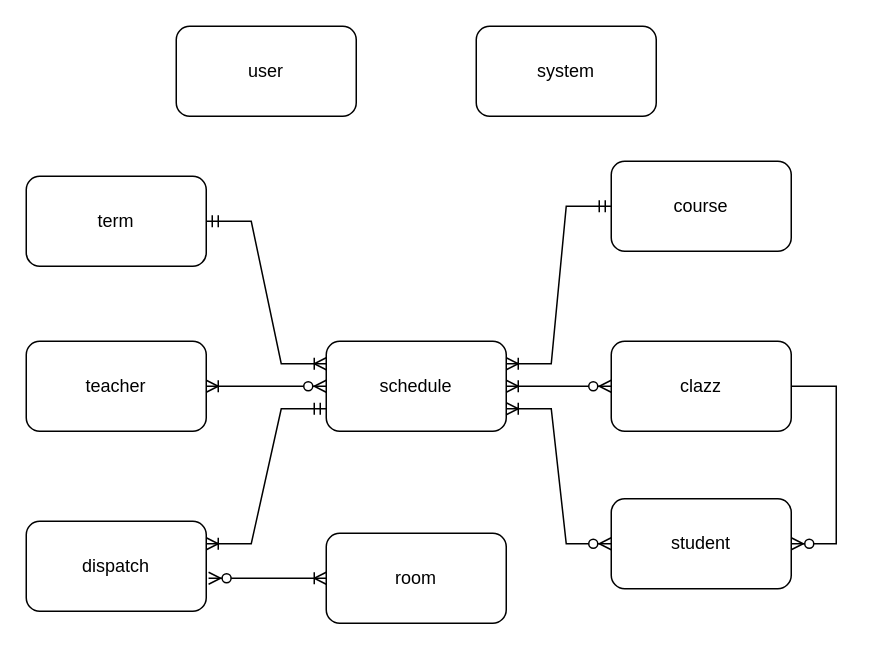
The draw.io diagram document/排课ER.drawio in yunzhiclub/schedule, before the edit. Source tidied: cells renumbered, new cells numbered last; positions are measured from the earlier drawing's top-left corner, leaving out a move shared by most shapes. Both pictures are drawn from the tidied source at 150%, with x=0, y=0 at pixel (26, 26).
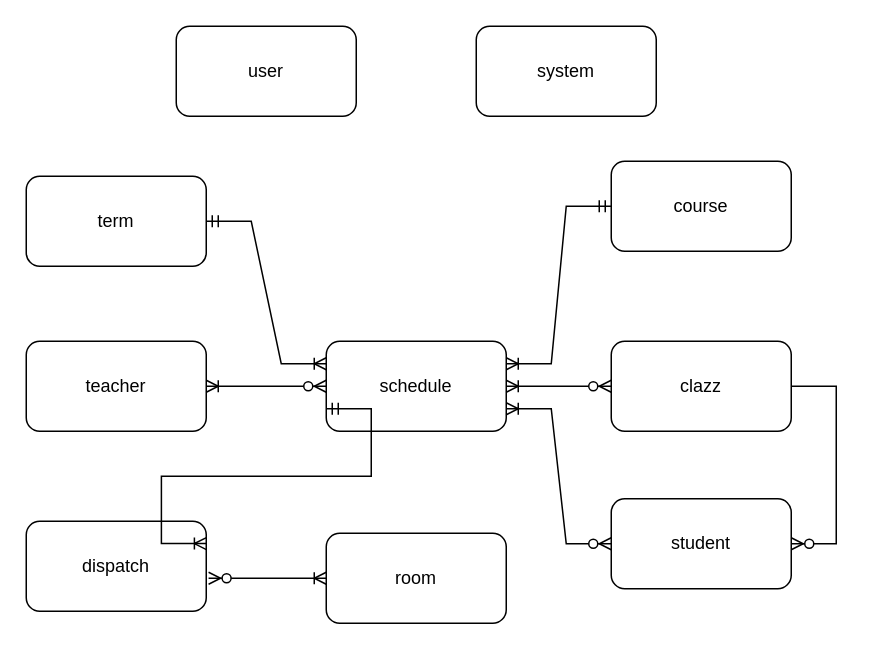
After the change.

The change refers to these unchanged cells:
```xml
<mxCell id="4" value="schedule" style="whiteSpace=wrap;html=1;rounded=1;" parent="1" vertex="1">
  <mxGeometry x="200" y="210" width="120" height="60" as="geometry" />
</mxCell>
<mxCell id="9" value="dispatch" style="whiteSpace=wrap;html=1;rounded=1;" parent="1" vertex="1">
  <mxGeometry y="330" width="120" height="60" as="geometry" />
</mxCell>
```

Diff of the diagram source:
```diff
@@
-    <mxCell id="15" style="edgeStyle=entityRelationEdgeStyle;fontSize=12;html=1;endArrow=ERoneToMany;startArrow=ERmandOne;rounded=0;exitX=0;exitY=0.75;exitDx=0;exitDy=0;entryX=1;entryY=0.25;entryDx=0;entryDy=0;" parent="1" edge="1" source="4" target="9">
-      <mxGeometry relative="1" as="geometry" />
-    </mxCell>
@@
+    <mxCell id="20" style="edgeStyle=entityRelationEdgeStyle;fontSize=12;html=1;endArrow=ERoneToMany;startArrow=ERmandOne;rounded=0;entryX=1;entryY=0.25;entryDx=0;entryDy=0;" parent="1" edge="1">
+      <mxGeometry relative="1" as="geometry">
+        <mxPoint x="200" y="255" as="sourcePoint" />
+        <mxPoint x="120.1" y="344.9" as="targetPoint" />
+      </mxGeometry>
+    </mxCell>
```
